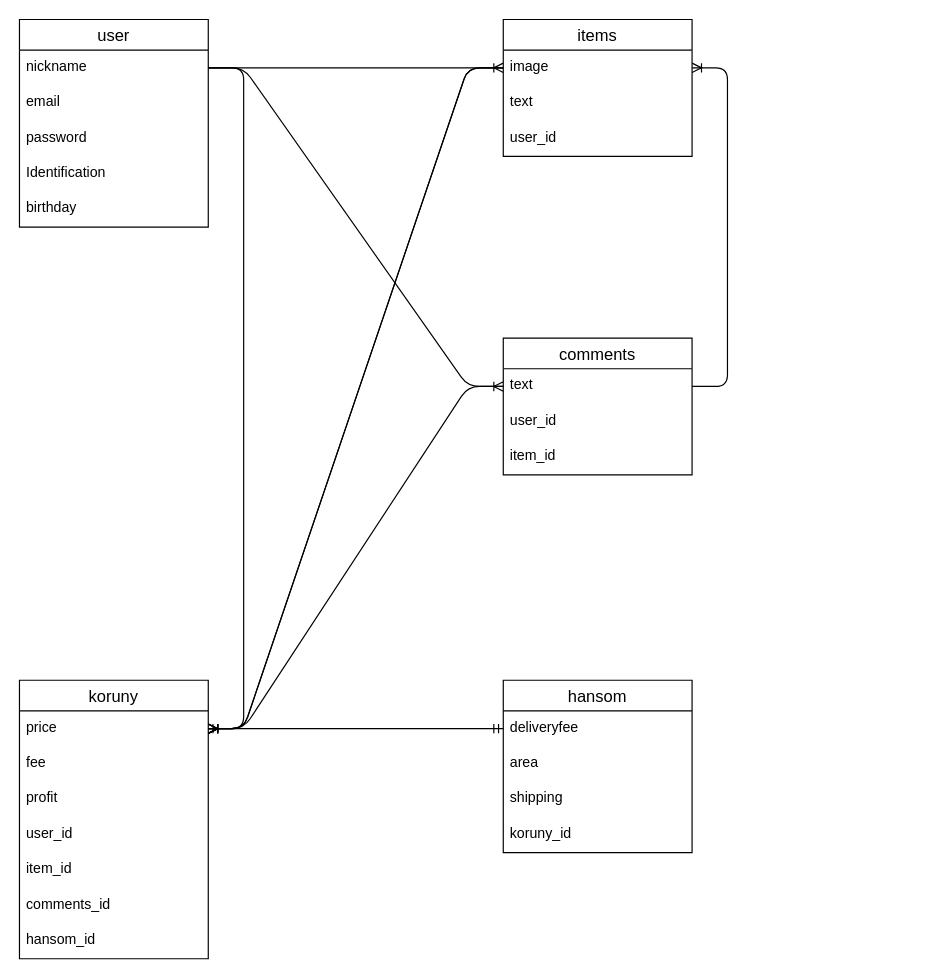
The draw.io diagram app/views/ER.dio in mahha334/furima-31178, before the edit. Source tidied: cells renumbered, new cells numbered last; positions are measured from the earlier drawing's top-left corner, leaving out a move shared by most shapes. Both pictures are drawn from the tidied source at 118%, with x=0, y=0 at pixel (19, 19).
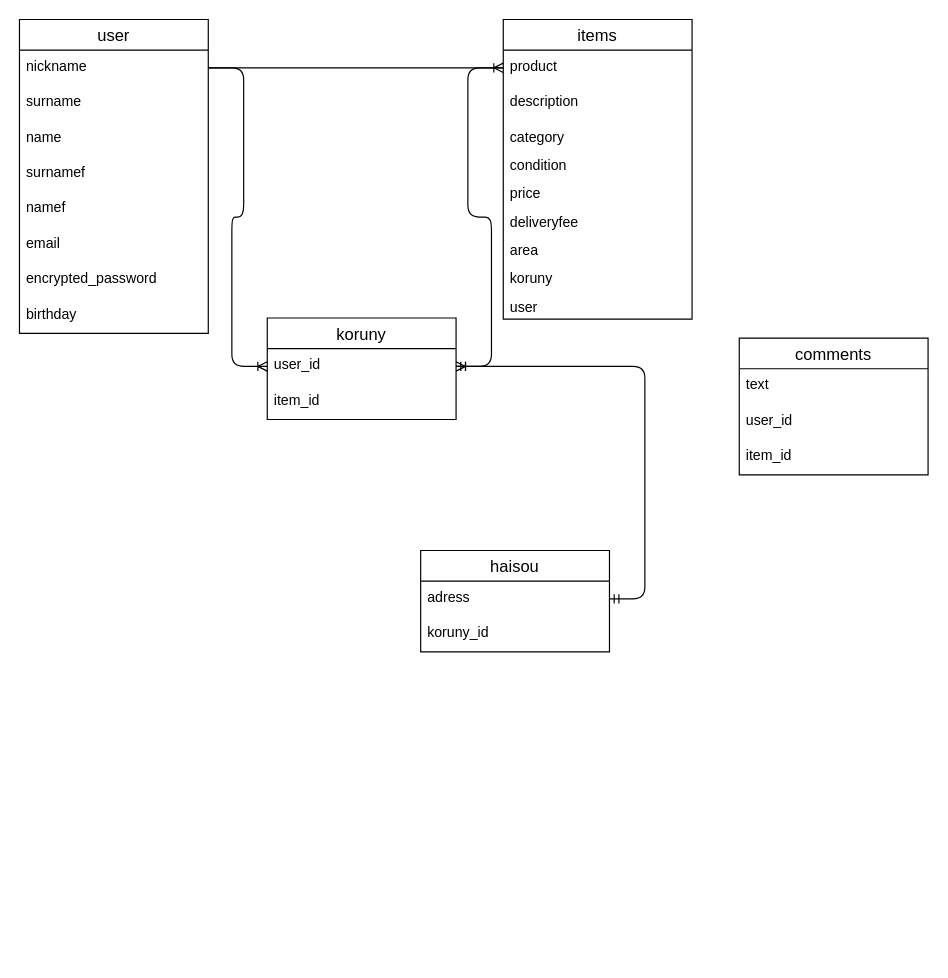
After the change.

Unchanged cells that the change refers to:
```xml
<mxCell id="9" value="text" style="text;strokeColor=none;fillColor=none;spacingLeft=4;spacingRight=4;overflow=hidden;points=[[0,0.5],[1,0.5]];portConstraint=eastwest;fontSize=12;" parent="8" vertex="1">
  <mxGeometry y="26" width="160" height="30" as="geometry" />
</mxCell>
```

What changed in the source:
```diff
@@
-    <mxCell id="3" style="edgeStyle=entityRelationEdgeStyle;fontSize=12;html=1;endArrow=ERmandOne;startArrow=ERmandOne;exitX=1;exitY=0.5;exitDx=0;exitDy=0;" parent="1" edge="1" source="19" target="33">
-      <mxGeometry relative="1" as="geometry" />
-    </mxCell>
-    <mxCell id="4" style="edgeStyle=entityRelationEdgeStyle;fontSize=12;html=1;endArrow=ERoneToMany;" parent="1" edge="1" source="9" target="13">
-      <mxGeometry relative="1" as="geometry" />
-    </mxCell>
-    <mxCell id="5" style="edgeStyle=entityRelationEdgeStyle;fontSize=12;html=1;endArrow=ERoneToMany;" parent="1" edge="1" source="27" target="9">
-      <mxGeometry relative="1" as="geometry" />
-    </mxCell>
-    <mxCell id="6" style="edgeStyle=entityRelationEdgeStyle;fontSize=12;html=1;endArrow=ERoneToMany;" parent="1" edge="1" source="27" target="19">
-      <mxGeometry relative="1" as="geometry" />
-    </mxCell>
-    <mxCell id="7" style="edgeStyle=entityRelationEdgeStyle;fontSize=12;html=1;endArrow=ERoneToMany;" parent="1" edge="1" source="13" target="19">
-      <mxGeometry relative="1" as="geometry" />
-    </mxCell>
+    <mxCell id="12" value="items" style="swimlane;fontStyle=0;horizontal=1;startSize=26;align=center;fontSize=14;rounded=0;sketch=0;" parent="1" vertex="1">
+      <mxGeometry x="410" width="160" height="254" as="geometry" />
+    </mxCell>
+    <mxCell id="13" value="product" style="text;strokeColor=none;fillColor=none;spacingLeft=4;spacingRight=4;overflow=hidden;points=[[0,0.5],[1,0.5]];portConstraint=eastwest;fontSize=12;" parent="12" vertex="1">
+      <mxGeometry y="26" width="160" height="30" as="geometry" />
+    </mxCell>
+    <mxCell id="14" value="description" style="text;strokeColor=none;fillColor=none;spacingLeft=4;spacingRight=4;overflow=hidden;fontSize=12;" parent="12" vertex="1">
+      <mxGeometry y="56" width="160" height="30" as="geometry" />
+    </mxCell>
+    <mxCell id="15" value="category" style="text;strokeColor=none;fillColor=none;spacingLeft=4;spacingRight=4;overflow=hidden;fontSize=12;" parent="12" vertex="1">
+      <mxGeometry y="86" width="160" height="24" as="geometry" />
+    </mxCell>
+    <mxCell id="37" value="condition" style="text;strokeColor=none;fillColor=none;spacingLeft=4;spacingRight=4;overflow=hidden;fontSize=12;" parent="12" vertex="1">
+      <mxGeometry y="110" width="160" height="24" as="geometry" />
+    </mxCell>
+    <mxCell id="19" value="price" style="text;strokeColor=none;fillColor=none;spacingLeft=4;spacingRight=4;overflow=hidden;points=[[0,0.5],[1,0.5]];portConstraint=eastwest;fontSize=12;" parent="12" vertex="1">
+      <mxGeometry y="134" width="160" height="24" as="geometry" />
+    </mxCell>
+    <mxCell id="38" value="deliveryfee" style="text;strokeColor=none;fillColor=none;spacingLeft=4;spacingRight=4;overflow=hidden;fontSize=12;" parent="12" vertex="1">
+      <mxGeometry y="158" width="160" height="24" as="geometry" />
+    </mxCell>
+    <mxCell id="34" value="area " style="text;strokeColor=none;fillColor=none;spacingLeft=4;spacingRight=4;overflow=hidden;fontSize=12;" parent="12" vertex="1">
+      <mxGeometry y="182" width="160" height="24" as="geometry" />
+    </mxCell>
+    <mxCell id="39" value="koruny" style="text;strokeColor=none;fillColor=none;spacingLeft=4;spacingRight=4;overflow=hidden;fontSize=12;" parent="12" vertex="1">
+      <mxGeometry y="206" width="160" height="24" as="geometry" />
+    </mxCell>
+    <mxCell id="40" value="user" style="text;strokeColor=none;fillColor=none;spacingLeft=4;spacingRight=4;overflow=hidden;fontSize=12;" parent="12" vertex="1">
+      <mxGeometry y="230" width="160" height="24" as="geometry" />
+    </mxCell>
+    <mxCell id="26" value="user" style="swimlane;fontStyle=0;horizontal=1;startSize=26;align=center;fontSize=14;rounded=0;sketch=0;" parent="1" vertex="1">
+      <mxGeometry width="160" height="266" as="geometry" />
+    </mxCell>
+    <mxCell id="27" value="nickname" style="text;strokeColor=none;fillColor=none;spacingLeft=4;spacingRight=4;overflow=hidden;points=[[0,0.5],[1,0.5]];portConstraint=eastwest;fontSize=12;" parent="26" vertex="1">
+      <mxGeometry y="26" width="160" height="30" as="geometry" />
+    </mxCell>
+    <mxCell id="41" value="surname" style="text;strokeColor=none;fillColor=none;spacingLeft=4;spacingRight=4;overflow=hidden;fontSize=12;" parent="26" vertex="1">
+      <mxGeometry y="56" width="160" height="30" as="geometry" />
+    </mxCell>
+    <mxCell id="42" value="name" style="text;strokeColor=none;fillColor=none;spacingLeft=4;spacingRight=4;overflow=hidden;fontSize=12;" parent="26" vertex="1">
+      <mxGeometry y="86" width="160" height="30" as="geometry" />
+    </mxCell>
+    <mxCell id="43" value="surnamef" style="text;strokeColor=none;fillColor=none;spacingLeft=4;spacingRight=4;overflow=hidden;fontSize=12;" parent="26" vertex="1">
+      <mxGeometry y="116" width="160" height="30" as="geometry" />
+    </mxCell>
+    <mxCell id="44" value="namef" style="text;strokeColor=none;fillColor=none;spacingLeft=4;spacingRight=4;overflow=hidden;fontSize=12;" parent="26" vertex="1">
+      <mxGeometry y="146" width="160" height="30" as="geometry" />
+    </mxCell>
+    <mxCell id="28" value="email" style="text;strokeColor=none;fillColor=none;spacingLeft=4;spacingRight=4;overflow=hidden;fontSize=12;" parent="26" vertex="1">
+      <mxGeometry y="176" width="160" height="30" as="geometry" />
+    </mxCell>
+    <mxCell id="29" value="encrypted_password" style="text;strokeColor=none;fillColor=none;spacingLeft=4;spacingRight=4;overflow=hidden;fontSize=12;" parent="26" vertex="1">
+      <mxGeometry y="206" width="160" height="30" as="geometry" />
+    </mxCell>
+    <mxCell id="31" value="birthday" style="text;strokeColor=none;fillColor=none;spacingLeft=4;spacingRight=4;overflow=hidden;fontSize=12;" parent="26" vertex="1">
+      <mxGeometry y="236" width="160" height="30" as="geometry" />
+    </mxCell>
+    <mxCell id="18" value="koruny" style="swimlane;fontStyle=0;horizontal=1;startSize=26;align=center;fontSize=14;rounded=0;sketch=0;" parent="1" vertex="1">
+      <mxGeometry x="210" y="253" width="160" height="86" as="geometry" />
+    </mxCell>
+    <mxCell id="22" value="user_id" style="text;strokeColor=none;fillColor=none;spacingLeft=4;spacingRight=4;overflow=hidden;points=[[0,0.5],[1,0.5]];portConstraint=eastwest;fontSize=12;" parent="18" vertex="1">
+      <mxGeometry y="26" width="160" height="30" as="geometry" />
+    </mxCell>
+    <mxCell id="23" value="item_id" style="text;strokeColor=none;fillColor=none;spacingLeft=4;spacingRight=4;overflow=hidden;fontSize=12;" parent="18" vertex="1">
+      <mxGeometry y="56" width="160" height="30" as="geometry" />
+    </mxCell>
     <mxCell id="8" value="comments" style="swimlane;fontStyle=0;horizontal=1;startSize=26;align=center;fontSize=14;rounded=0;sketch=0;" parent="1" vertex="1">
-      <mxGeometry x="410" y="270" width="160" height="116" as="geometry" />
+      <mxGeometry x="610" y="270" width="160" height="116" as="geometry" />
     </mxCell>
@@
-    <mxCell id="12" value="items" style="swimlane;fontStyle=0;horizontal=1;startSize=26;align=center;fontSize=14;rounded=0;sketch=0;" parent="1" vertex="1">
-      <mxGeometry x="410" width="160" height="116" as="geometry" />
-    </mxCell>
-    <mxCell id="13" value="image" style="text;strokeColor=none;fillColor=none;spacingLeft=4;spacingRight=4;overflow=hidden;points=[[0,0.5],[1,0.5]];portConstraint=eastwest;fontSize=12;" parent="12" vertex="1">
-      <mxGeometry y="26" width="160" height="30" as="geometry" />
-    </mxCell>
-    <mxCell id="14" value="text" style="text;strokeColor=none;fillColor=none;spacingLeft=4;spacingRight=4;overflow=hidden;fontSize=12;" parent="12" vertex="1">
-      <mxGeometry y="56" width="160" height="30" as="geometry" />
-    </mxCell>
-    <mxCell id="15" value="user_id" style="text;strokeColor=none;fillColor=none;spacingLeft=4;spacingRight=4;overflow=hidden;fontSize=12;" parent="12" vertex="1">
-      <mxGeometry y="86" width="160" height="30" as="geometry" />
-    </mxCell>
-    <mxCell id="16" style="edgeStyle=entityRelationEdgeStyle;fontSize=12;html=1;endArrow=ERoneToMany;" parent="1" edge="1" source="9" target="19">
-      <mxGeometry relative="1" as="geometry" />
-    </mxCell>
-    <mxCell id="17" style="edgeStyle=entityRelationEdgeStyle;fontSize=12;html=1;endArrow=ERoneToMany;" parent="1" edge="1" source="13" target="19">
-      <mxGeometry relative="1" as="geometry" />
-    </mxCell>
-    <mxCell id="18" value="koruny" style="swimlane;fontStyle=0;horizontal=1;startSize=26;align=center;fontSize=14;rounded=0;sketch=0;" parent="1" vertex="1">
-      <mxGeometry y="560" width="160" height="236" as="geometry" />
-    </mxCell>
-    <mxCell id="19" value="price" style="text;strokeColor=none;fillColor=none;spacingLeft=4;spacingRight=4;overflow=hidden;points=[[0,0.5],[1,0.5]];portConstraint=eastwest;fontSize=12;" parent="18" vertex="1">
-      <mxGeometry y="26" width="160" height="30" as="geometry" />
-    </mxCell>
-    <mxCell id="20" value="fee" style="text;strokeColor=none;fillColor=none;spacingLeft=4;spacingRight=4;overflow=hidden;fontSize=12;" parent="18" vertex="1">
-      <mxGeometry y="56" width="160" height="30" as="geometry" />
-    </mxCell>
-    <mxCell id="21" value="profit" style="text;strokeColor=none;fillColor=none;spacingLeft=4;spacingRight=4;overflow=hidden;fontSize=12;" parent="18" vertex="1">
-      <mxGeometry y="86" width="160" height="30" as="geometry" />
-    </mxCell>
-    <mxCell id="22" value="user_id" style="text;strokeColor=none;fillColor=none;spacingLeft=4;spacingRight=4;overflow=hidden;points=[[0,0.5],[1,0.5]];portConstraint=eastwest;fontSize=12;" parent="18" vertex="1">
-      <mxGeometry y="116" width="160" height="30" as="geometry" />
-    </mxCell>
-    <mxCell id="23" value="item_id" style="text;strokeColor=none;fillColor=none;spacingLeft=4;spacingRight=4;overflow=hidden;fontSize=12;" parent="18" vertex="1">
-      <mxGeometry y="146" width="160" height="30" as="geometry" />
-    </mxCell>
-    <mxCell id="24" value="comments_id" style="text;strokeColor=none;fillColor=none;spacingLeft=4;spacingRight=4;overflow=hidden;fontSize=12;" parent="18" vertex="1">
-      <mxGeometry y="176" width="160" height="30" as="geometry" />
-    </mxCell>
-    <mxCell id="25" value="hansom_id" style="text;strokeColor=none;fillColor=none;spacingLeft=4;spacingRight=4;overflow=hidden;fontSize=12;" parent="18" vertex="1">
-      <mxGeometry y="206" width="160" height="30" as="geometry" />
-    </mxCell>
-    <mxCell id="26" value="user" style="swimlane;fontStyle=0;horizontal=1;startSize=26;align=center;fontSize=14;rounded=0;sketch=0;" parent="1" vertex="1">
-      <mxGeometry width="160" height="176" as="geometry" />
-    </mxCell>
-    <mxCell id="27" value="nickname" style="text;strokeColor=none;fillColor=none;spacingLeft=4;spacingRight=4;overflow=hidden;points=[[0,0.5],[1,0.5]];portConstraint=eastwest;fontSize=12;" parent="26" vertex="1">
-      <mxGeometry y="26" width="160" height="30" as="geometry" />
-    </mxCell>
-    <mxCell id="28" value="email" style="text;strokeColor=none;fillColor=none;spacingLeft=4;spacingRight=4;overflow=hidden;fontSize=12;" parent="26" vertex="1">
-      <mxGeometry y="56" width="160" height="30" as="geometry" />
-    </mxCell>
-    <mxCell id="29" value="password" style="text;strokeColor=none;fillColor=none;spacingLeft=4;spacingRight=4;overflow=hidden;fontSize=12;" parent="26" vertex="1">
-      <mxGeometry y="86" width="160" height="30" as="geometry" />
-    </mxCell>
-    <mxCell id="30" value="Identification" style="text;strokeColor=none;fillColor=none;spacingLeft=4;spacingRight=4;overflow=hidden;fontSize=12;" parent="26" vertex="1">
-      <mxGeometry y="116" width="160" height="30" as="geometry" />
-    </mxCell>
-    <mxCell id="31" value="birthday" style="text;strokeColor=none;fillColor=none;spacingLeft=4;spacingRight=4;overflow=hidden;fontSize=12;" parent="26" vertex="1">
-      <mxGeometry y="146" width="160" height="30" as="geometry" />
-    </mxCell>
-    <mxCell id="32" value="hansom" style="swimlane;fontStyle=0;horizontal=1;startSize=26;align=center;fontSize=14;rounded=0;sketch=0;" parent="1" vertex="1">
-      <mxGeometry x="410" y="560" width="160" height="146" as="geometry" />
+    <mxCell id="32" value="haisou" style="swimlane;fontStyle=0;horizontal=1;startSize=26;align=center;fontSize=14;rounded=0;sketch=0;" parent="1" vertex="1">
+      <mxGeometry x="340" y="450" width="160" height="86" as="geometry" />
     </mxCell>
-    <mxCell id="33" value="deliveryfee" style="text;strokeColor=none;fillColor=none;spacingLeft=4;spacingRight=4;overflow=hidden;points=[[0,0.5],[1,0.5]];portConstraint=eastwest;fontSize=12;" parent="32" vertex="1">
+    <mxCell id="33" value="adress" style="text;strokeColor=none;fillColor=none;spacingLeft=4;spacingRight=4;overflow=hidden;points=[[0,0.5],[1,0.5]];portConstraint=eastwest;fontSize=12;" parent="32" vertex="1">
       <mxGeometry y="26" width="160" height="30" as="geometry" />
     </mxCell>
-    <mxCell id="34" value="area" style="text;strokeColor=none;fillColor=none;spacingLeft=4;spacingRight=4;overflow=hidden;fontSize=12;" parent="32" vertex="1">
-      <mxGeometry y="56" width="160" height="30" as="geometry" />
-    </mxCell>
-    <mxCell id="35" value="shipping" style="text;strokeColor=none;fillColor=none;spacingLeft=4;spacingRight=4;overflow=hidden;fontSize=12;" parent="32" vertex="1">
-      <mxGeometry y="86" width="160" height="30" as="geometry" />
-    </mxCell>
     <mxCell id="36" value="koruny_id" style="text;strokeColor=none;fillColor=none;spacingLeft=4;spacingRight=4;overflow=hidden;fontSize=12;" parent="32" vertex="1">
-      <mxGeometry y="116" width="160" height="30" as="geometry" />
+      <mxGeometry y="56" width="160" height="30" as="geometry" />
     </mxCell>
+    <mxCell id="45" style="edgeStyle=entityRelationEdgeStyle;fontSize=12;html=1;endArrow=ERoneToMany;" parent="1" edge="1" source="27" target="22">
+      <mxGeometry relative="1" as="geometry" />
+    </mxCell>
+    <mxCell id="46" style="edgeStyle=entityRelationEdgeStyle;fontSize=12;html=1;endArrow=ERmandOne;startArrow=ERmandOne;" parent="1" edge="1" source="33" target="22">
+      <mxGeometry relative="1" as="geometry" />
+    </mxCell>
+    <mxCell id="47" style="edgeStyle=entityRelationEdgeStyle;fontSize=12;html=1;endArrow=ERoneToMany;" parent="1" edge="1" source="13" target="22">
+      <mxGeometry relative="1" as="geometry" />
+    </mxCell>
```
